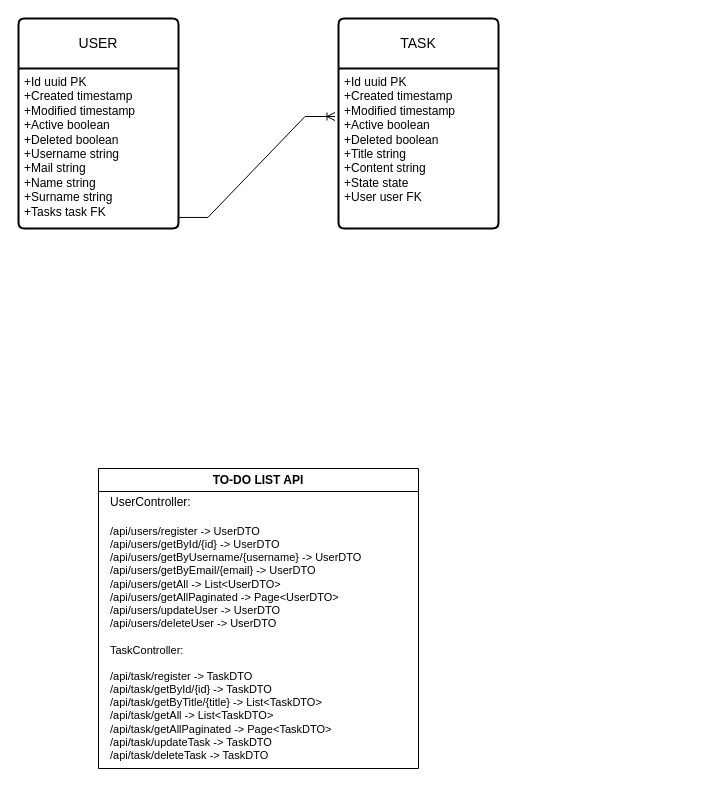
Before: TO-DO LIST.drawio in mariosaez/to-do-list, a draw.io diagram. Source tidied: cells renumbered, new cells numbered last; positions are measured from the earlier drawing's top-left corner, leaving out a move shared by most shapes. Both pictures are drawn from the tidied source at 100%, with x=0, y=0 at pixel (18, 18).
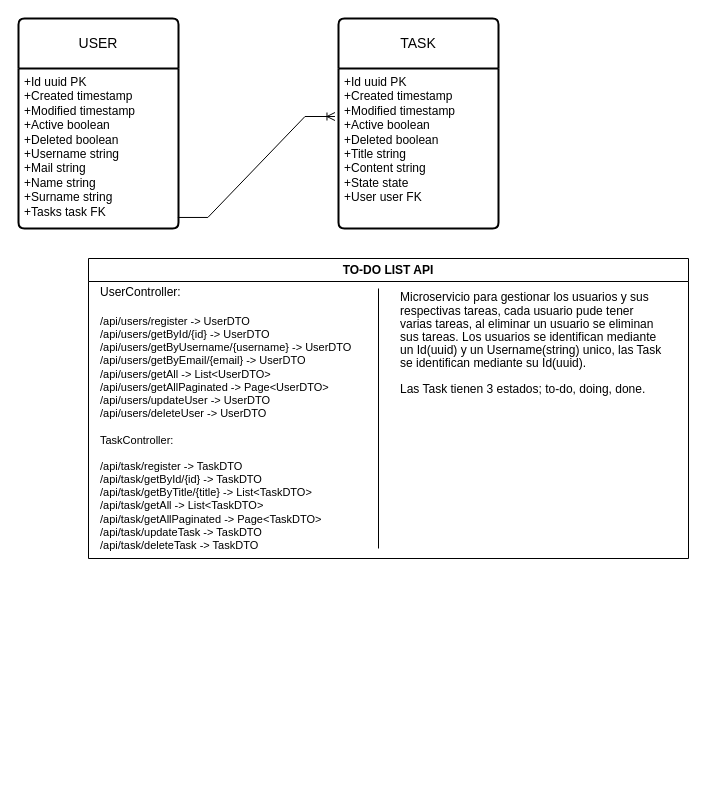
After the change.

The edit, as a diff of the source:
```diff
@@
 <mxGraphModel>
   <root>
     <mxCell id="0" />
     <mxCell id="1" parent="0" />
     <mxCell id="2" value="USER" style="swimlane;horizontal=1;startSize=50;rounded=1;fontSize=14;fontStyle=0;strokeWidth=2;shadow=0;dashed=0;align=center;arcSize=4;whiteSpace=wrap;html=1;" parent="1" vertex="1">
       <mxGeometry width="160" height="210" as="geometry" />
     </mxCell>
     <mxCell id="3" value="+Id uuid PK&lt;br&gt;+Created timestamp&lt;br&gt;+Modified timestamp&lt;div&gt;+Active boolean&lt;/div&gt;&lt;div&gt;+Deleted boolean&lt;/div&gt;&lt;div&gt;+Username string&lt;/div&gt;&lt;div&gt;+Mail string&lt;/div&gt;&lt;div&gt;+Name string&lt;/div&gt;&lt;div&gt;+Surname string&lt;/div&gt;&lt;div&gt;+Tasks task FK&lt;/div&gt;&lt;div&gt;&lt;br&gt;&lt;/div&gt;" style="align=left;strokeColor=none;fillColor=none;spacingLeft=4;fontSize=12;verticalAlign=top;html=1;" parent="2" vertex="1">
       <mxGeometry y="50" width="160" height="160" as="geometry" />
     </mxCell>
     <mxCell id="4" value="TASK" style="swimlane;horizontal=1;startSize=50;rounded=1;fontSize=14;fontStyle=0;strokeWidth=2;shadow=0;dashed=0;align=center;arcSize=4;whiteSpace=wrap;html=1;" parent="1" vertex="1">
       <mxGeometry x="320" width="160" height="210" as="geometry" />
     </mxCell>
     <mxCell id="5" value="+Id uuid PK&lt;br&gt;+Created timestamp&lt;br&gt;+Modified timestamp&lt;div&gt;+Active boolean&lt;/div&gt;&lt;div&gt;+Deleted boolean&lt;/div&gt;&lt;div&gt;+Title string&lt;/div&gt;&lt;div&gt;+Content string&lt;/div&gt;&lt;div&gt;+State state&lt;/div&gt;&lt;div&gt;+User user FK&lt;/div&gt;" style="align=left;strokeColor=none;fillColor=none;spacingLeft=4;fontSize=12;verticalAlign=top;html=1;" parent="4" vertex="1">
       <mxGeometry y="50" width="160" height="160" as="geometry" />
     </mxCell>
     <mxCell id="6" style="edgeStyle=entityRelationEdgeStyle;fontSize=12;html=1;endArrow=ERoneToMany;rounded=0;exitX=0.996;exitY=0.931;exitDx=0;exitDy=0;exitPerimeter=0;entryX=-0.022;entryY=0.3;entryDx=0;entryDy=0;entryPerimeter=0;" parent="1" edge="1" source="3" target="5">
       <mxGeometry relative="1" as="geometry" />
     </mxCell>
     <mxCell id="7" value="TO-DO LIST API" style="swimlane;whiteSpace=wrap;html=1;" parent="1" vertex="1">
-      <mxGeometry x="80" y="450" width="320" height="300" as="geometry" />
+      <mxGeometry x="70" y="240" width="600" height="300" as="geometry" />
     </mxCell>
     <mxCell id="8" value="&lt;div&gt;UserController:&lt;/div&gt;&lt;div&gt;&lt;br&gt;&lt;/div&gt;&lt;font style=&quot;font-size: 11px;&quot;&gt;/api/users/register -&amp;gt; UserDTO&lt;/font&gt;&lt;div style=&quot;font-size: 11px;&quot;&gt;&lt;font style=&quot;font-size: 11px;&quot;&gt;/api/users/getById/{id}&amp;nbsp;&lt;/font&gt;&lt;span style=&quot;background-color: initial;&quot;&gt;-&amp;gt; UserDTO&lt;/span&gt;&lt;/div&gt;&lt;div style=&quot;font-size: 11px;&quot;&gt;&lt;font style=&quot;font-size: 11px;&quot;&gt;/api/users/getByUsername/{username}&amp;nbsp;&lt;/font&gt;&lt;span style=&quot;background-color: initial;&quot;&gt;-&amp;gt; UserDTO&lt;/span&gt;&lt;/div&gt;&lt;div style=&quot;font-size: 11px;&quot;&gt;&lt;font style=&quot;font-size: 11px;&quot;&gt;/api/users/getByEmail/{email}&amp;nbsp;&lt;/font&gt;&lt;span style=&quot;background-color: initial;&quot;&gt;-&amp;gt; UserDTO&lt;/span&gt;&lt;/div&gt;&lt;div style=&quot;font-size: 11px;&quot;&gt;&lt;font style=&quot;font-size: 11px;&quot;&gt;/api/users/getAll&amp;nbsp;&lt;/font&gt;&lt;span style=&quot;background-color: initial;&quot;&gt;-&amp;gt; List&amp;lt;UserDTO&amp;gt;&lt;/span&gt;&lt;/div&gt;&lt;div style=&quot;font-size: 11px;&quot;&gt;&lt;font style=&quot;font-size: 11px;&quot;&gt;/api/users/getAllPaginated -&amp;gt; Page&amp;lt;UserDTO&amp;gt;&lt;/font&gt;&lt;/div&gt;&lt;div style=&quot;font-size: 11px;&quot;&gt;&lt;font style=&quot;font-size: 11px;&quot;&gt;/api/users/updateUser -&amp;gt; UserDTO&lt;/font&gt;&lt;/div&gt;&lt;div style=&quot;font-size: 11px;&quot;&gt;&lt;font style=&quot;font-size: 11px;&quot;&gt;/api/users/deleteUser -&amp;gt; UserDTO&lt;/font&gt;&lt;/div&gt;&lt;div style=&quot;font-size: 11px;&quot;&gt;&lt;font style=&quot;font-size: 11px;&quot;&gt;&lt;br&gt;&lt;/font&gt;&lt;/div&gt;&lt;div style=&quot;font-size: 11px;&quot;&gt;&lt;font style=&quot;font-size: 11px;&quot;&gt;TaskController:&lt;/font&gt;&lt;/div&gt;&lt;div style=&quot;font-size: 11px;&quot;&gt;&lt;font style=&quot;font-size: 11px;&quot;&gt;&lt;br&gt;&lt;/font&gt;&lt;/div&gt;&lt;div style=&quot;font-size: 11px;&quot;&gt;&lt;font style=&quot;font-size: 11px;&quot;&gt;/api/task/register -&amp;gt; TaskDTO&lt;/font&gt;&lt;/div&gt;&lt;div style=&quot;font-size: 11px;&quot;&gt;&lt;font style=&quot;font-size: 11px;&quot;&gt;/api/task/getById/{id} -&amp;gt; TaskDTO&lt;/font&gt;&lt;/div&gt;&lt;div style=&quot;font-size: 11px;&quot;&gt;&lt;font style=&quot;font-size: 11px;&quot;&gt;/api/task/getByTitle/{title} -&amp;gt; List&amp;lt;TaskDTO&amp;gt;&lt;/font&gt;&lt;/div&gt;&lt;div style=&quot;font-size: 11px;&quot;&gt;&lt;font style=&quot;font-size: 11px;&quot;&gt;/api/task/getAll -&amp;gt; List&amp;lt;TaskDTO&amp;gt;&lt;/font&gt;&lt;/div&gt;&lt;div style=&quot;font-size: 11px;&quot;&gt;&lt;font style=&quot;font-size: 11px;&quot;&gt;/api/task/getAllPaginated -&amp;gt; Page&amp;lt;TaskDTO&amp;gt;&lt;/font&gt;&lt;/div&gt;&lt;div style=&quot;font-size: 11px;&quot;&gt;&lt;font style=&quot;font-size: 11px;&quot;&gt;/api/task/updateTask -&amp;gt; TaskDTO&lt;/font&gt;&lt;/div&gt;&lt;div style=&quot;font-size: 11px;&quot;&gt;&lt;font style=&quot;font-size: 11px;&quot;&gt;/api/task/deleteTask -&amp;gt; TaskDTO&lt;/font&gt;&lt;/div&gt;" style="text;html=1;align=left;verticalAlign=middle;strokeColor=none;fillColor=none;" parent="7" vertex="1">
       <mxGeometry x="10" y="20" width="270" height="280" as="geometry" />
     </mxCell>
+    <mxCell id="9" value="&lt;p style=&quot;line-height: 110%;&quot;&gt;Microservicio para gestionar los usuarios y sus respectivas tareas, cada usuario pude tener varias tareas, al eliminar un usuario se eliminan sus tareas. Los usuarios se identifican mediante un Id(uuid) y un Username(string) unico, las Task se identifican mediante su Id(uuid).&lt;/p&gt;&lt;p style=&quot;line-height: 110%;&quot;&gt;Las Task tienen 3 estados; to-do, doing, done.&lt;/p&gt;" style="text;html=1;align=left;verticalAlign=middle;whiteSpace=wrap;rounded=0;" parent="7" vertex="1">
+      <mxGeometry x="310" y="-40" width="270" height="250" as="geometry" />
+    </mxCell>
+    <mxCell id="10" style="endArrow=none;html=1;rounded=0;" parent="7" edge="1">
+      <mxGeometry relative="1" as="geometry">
+        <mxPoint x="290" y="290" as="sourcePoint" />
+        <mxPoint x="290" y="30" as="targetPoint" />
+      </mxGeometry>
+    </mxCell>
   </root>
 </mxGraphModel>
```
